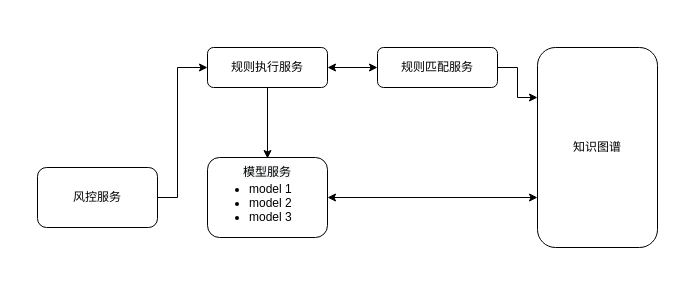
This is 风控/风控引擎架构.drawio from XiaoLiuAI/diagrams, a draw.io file, before an edit. Source tidied: cells renumbered, new cells numbered last; positions are measured from the earlier drawing's top-left corner, leaving out a move shared by most shapes. Both pictures are drawn from the tidied source at 100%, with x=0, y=0 at pixel (37, 47).
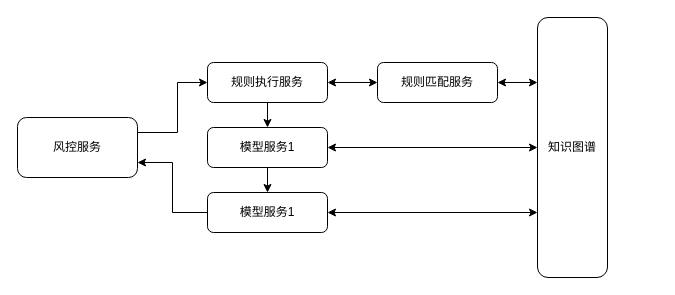
The same diagram, later.

Commit message (it also covers changes not shown here):
更新风控引擎架构.drawio

The edit, as a diff of the source:
```diff
@@
 <mxGraphModel>
   <root>
     <mxCell id="0" />
     <mxCell id="1" parent="0" />
     <mxCell id="2" value="规则执行服务" style="rounded=1;whiteSpace=wrap;html=1;" parent="1" vertex="1">
-      <mxGeometry x="170" width="120" height="40" as="geometry" />
+      <mxGeometry x="170" y="15" width="120" height="40" as="geometry" />
     </mxCell>
     <mxCell id="3" value="规则匹配服务" style="rounded=1;whiteSpace=wrap;html=1;" parent="1" vertex="1">
-      <mxGeometry x="340" width="120" height="40" as="geometry" />
+      <mxGeometry x="340" y="15" width="120" height="40" as="geometry" />
     </mxCell>
     <mxCell id="4" style="group;" parent="1" vertex="1">
-      <mxGeometry x="170" y="110" width="120" height="80" as="geometry" />
+      <mxGeometry x="170" y="80" width="120" height="40" as="geometry" />
     </mxCell>
-    <mxCell id="5" style="rounded=1;whiteSpace=wrap;html=1;" parent="4" vertex="1">
-      <mxGeometry width="120" height="80" as="geometry" />
+    <mxCell id="5" value="模型服务1" style="rounded=1;whiteSpace=wrap;html=1;" parent="4" vertex="1">
+      <mxGeometry width="120" height="40" as="geometry" />
     </mxCell>
-    <mxCell id="6" value="&lt;span style=&quot;color: rgb(0, 0, 0); font-family: Helvetica; font-size: 12px; font-style: normal; font-variant-ligatures: normal; font-variant-caps: normal; font-weight: 400; letter-spacing: normal; orphans: 2; text-indent: 0px; text-transform: none; widows: 2; word-spacing: 0px; -webkit-text-stroke-width: 0px; background-color: rgb(248, 249, 250); text-decoration-thickness: initial; text-decoration-style: initial; text-decoration-color: initial; float: none; display: inline !important;&quot;&gt;模型服务&lt;/span&gt;" style="text;whiteSpace=wrap;html=1;align=center;" parent="4" vertex="1">
-      <mxGeometry x="20" y="1" width="80" height="20" as="geometry" />
-    </mxCell>
-    <mxCell id="7" value="&lt;ul&gt;&lt;li&gt;model 1&lt;/li&gt;&lt;li&gt;model 2&lt;/li&gt;&lt;li&gt;model 3&lt;/li&gt;&lt;/ul&gt;" style="text;strokeColor=none;fillColor=none;html=1;whiteSpace=wrap;verticalAlign=middle;overflow=hidden;" parent="4" vertex="1">
-      <mxGeometry y="10" width="120" height="60" as="geometry" />
-    </mxCell>
     <mxCell id="8" value="风控服务" style="rounded=1;whiteSpace=wrap;html=1;" parent="1" vertex="1">
-      <mxGeometry y="120" width="120" height="60" as="geometry" />
+      <mxGeometry x="-20" y="70" width="120" height="60" as="geometry" />
     </mxCell>
-    <mxCell id="9" style="edgeStyle=elbowEdgeStyle;elbow=horizontal;endArrow=classic;html=1;rounded=0;entryX=0;entryY=0.5;entryDx=0;entryDy=0;" parent="1" edge="1" target="2">
+    <mxCell id="9" style="edgeStyle=elbowEdgeStyle;elbow=horizontal;endArrow=classic;html=1;rounded=0;entryX=0;entryY=0.5;entryDx=0;entryDy=0;exitX=1;exitY=0.25;exitDx=0;exitDy=0;" parent="1" edge="1" source="8" target="2">
       <mxGeometry relative="1" as="geometry">
-        <mxPoint x="120" y="150" as="sourcePoint" />
         <Array as="points">
           <mxPoint x="140" y="70" />
         </Array>
       </mxGeometry>
     </mxCell>
-    <mxCell id="10" style="endArrow=classic;html=1;rounded=0;exitX=0.5;exitY=1;exitDx=0;exitDy=0;entryX=0.5;entryY=0;entryDx=0;entryDy=0;" parent="1" edge="1" source="2" target="6">
+    <mxCell id="10" style="endArrow=classic;html=1;rounded=0;exitX=0.5;exitY=1;exitDx=0;exitDy=0;entryX=0.5;entryY=0;entryDx=0;entryDy=0;" parent="1" edge="1" source="2" target="5">
       <mxGeometry relative="1" as="geometry" />
     </mxCell>
     <mxCell id="11" style="endArrow=classic;startArrow=classic;html=1;rounded=0;entryX=0;entryY=0.5;entryDx=0;entryDy=0;exitX=1;exitY=0.5;exitDx=0;exitDy=0;" parent="1" edge="1" source="2" target="3">
       <mxGeometry relative="1" as="geometry" />
     </mxCell>
     <mxCell id="12" value="知识图谱" style="rounded=1;whiteSpace=wrap;html=1;" parent="1" vertex="1">
-      <mxGeometry x="500" width="120" height="200" as="geometry" />
+      <mxGeometry x="500" y="-30" width="70" height="260" as="geometry" />
     </mxCell>
+    <mxCell id="14" style="endArrow=classic;startArrow=classic;html=1;rounded=0;exitX=1;exitY=0.5;exitDx=0;exitDy=0;" parent="1" edge="1" source="5" target="12">
+      <mxGeometry relative="1" as="geometry" />
+    </mxCell>
+    <mxCell id="15" style="edgeStyle=elbowEdgeStyle;elbow=horizontal;endArrow=classic;html=1;rounded=0;entryX=1;entryY=0.75;entryDx=0;entryDy=0;exitX=0;exitY=0.5;exitDx=0;exitDy=0;" parent="1" edge="1" source="17" target="8">
+      <mxGeometry relative="1" as="geometry" />
+    </mxCell>
+    <mxCell id="16" style="group;" parent="1" vertex="1">
+      <mxGeometry x="170" y="145" width="120" height="40" as="geometry" />
+    </mxCell>
+    <mxCell id="17" value="模型服务1" style="rounded=1;whiteSpace=wrap;html=1;" parent="16" vertex="1">
+      <mxGeometry width="120" height="40" as="geometry" />
+    </mxCell>
+    <mxCell id="18" style="endArrow=classic;startArrow=classic;html=1;rounded=0;entryX=0;entryY=0.75;entryDx=0;entryDy=0;" parent="1" edge="1" source="17" target="12">
+      <mxGeometry relative="1" as="geometry" />
+    </mxCell>
-    <mxCell id="13" style="edgeStyle=elbowEdgeStyle;elbow=horizontal;endArrow=classic;html=1;rounded=0;entryX=0;entryY=0.25;entryDx=0;entryDy=0;" parent="1" edge="1" source="3" target="12">
+    <mxCell id="13" style="endArrow=classic;startArrow=classic;html=1;rounded=0;exitX=1;exitY=0.5;exitDx=0;exitDy=0;entryX=0;entryY=0.25;entryDx=0;entryDy=0;" parent="1" edge="1" source="3" target="12">
       <mxGeometry relative="1" as="geometry" />
     </mxCell>
-    <mxCell id="14" style="endArrow=classic;startArrow=classic;html=1;rounded=0;entryX=0;entryY=0.75;entryDx=0;entryDy=0;exitX=1;exitY=0.5;exitDx=0;exitDy=0;" parent="1" edge="1" source="7" target="12">
-      <mxGeometry relative="1" as="geometry" />
-    </mxCell>
+    <mxCell id="19" style="endArrow=classic;html=1;rounded=0;exitX=0.5;exitY=1;exitDx=0;exitDy=0;entryX=0.5;entryY=0;entryDx=0;entryDy=0;" parent="1" edge="1" source="5" target="17">
+      <mxGeometry relative="1" as="geometry" />
+    </mxCell>
   </root>
 </mxGraphModel>
```
